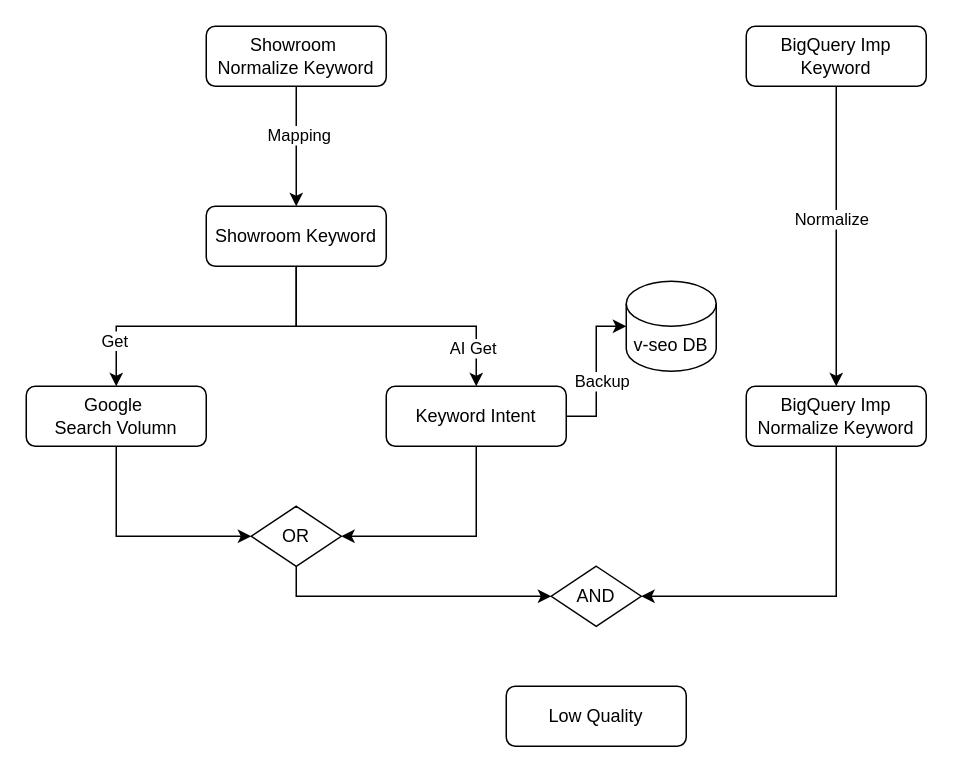
VisableHarry/seo-drawio keeps this draw.io diagram as drawio/ep_showroom_existing_kw.drawio. Above is the earlier version. Source tidied: cells renumbered, new cells numbered last; positions are measured from the earlier drawing's top-left corner, leaving out a move shared by most shapes. Both pictures are drawn from the tidied source at 150%, with x=0, y=0 at pixel (26, 26).
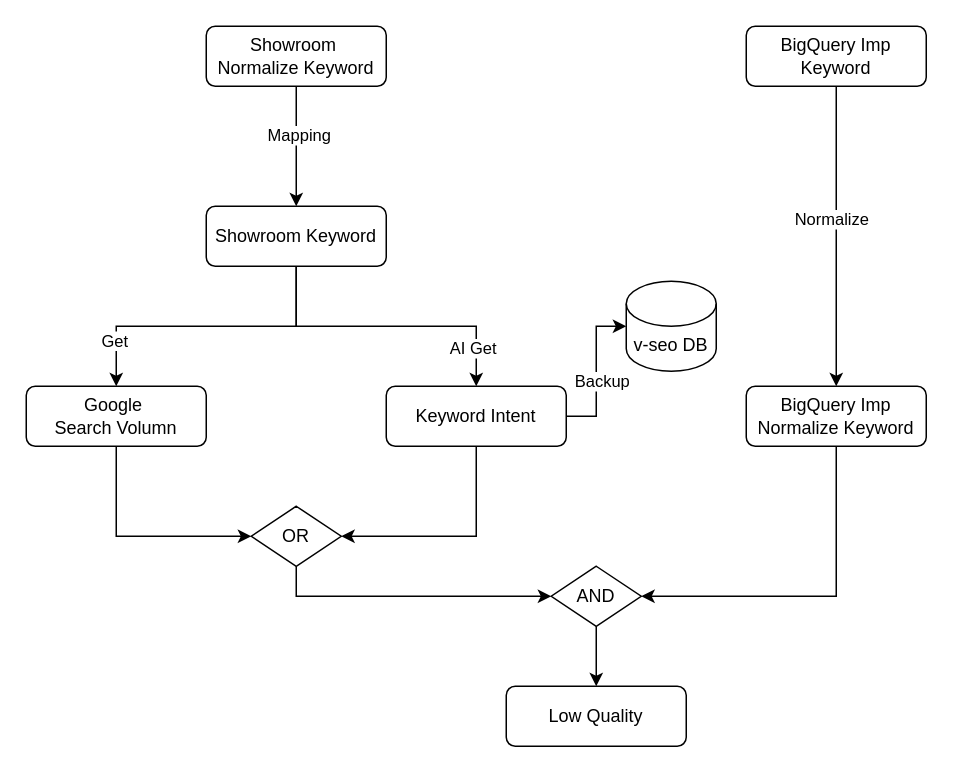
After the change.

Unchanged cells that the change refers to:
```xml
<mxCell id="24" value="AND" style="rhombus;whiteSpace=wrap;html=1;" parent="1" vertex="1">
  <mxGeometry x="350" y="360" width="60" height="40" as="geometry" />
</mxCell>
<mxCell id="25" value="&lt;div&gt;Low Quality&lt;/div&gt;" style="rounded=1;whiteSpace=wrap;html=1;" parent="1" vertex="1">
  <mxGeometry x="320" y="440" width="120" height="40" as="geometry" />
</mxCell>
```

What changed in the source:
```diff
@@
+    <mxCell id="26" style="edgeStyle=orthogonalEdgeStyle;rounded=0;jettySize=auto;html=1;exitX=0.5;exitY=1;exitDx=0;exitDy=0;entryX=0.5;entryY=0;entryDx=0;entryDy=0;" parent="1" edge="1" source="24" target="25">
+      <mxGeometry relative="1" as="geometry" />
+    </mxCell>
```
